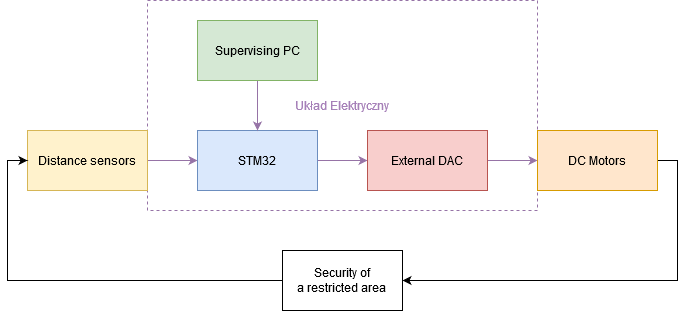
The draw.io diagram supplements/general_schematics.png in MMMrowka/Security_Door_ES_AGH, before a commit. Source tidied: cells renumbered, new cells last; positions are measured from the earlier drawing's top-left corner, leaving out a move shared by most shapes.
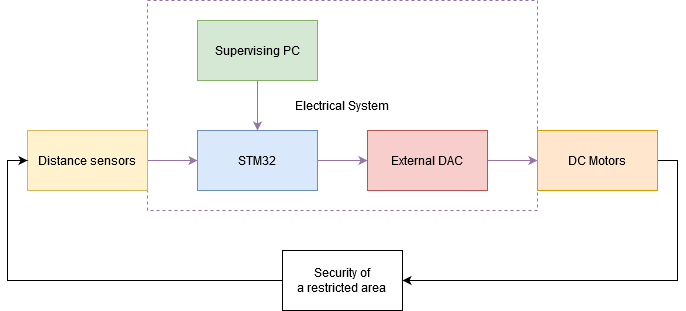
The same diagram one commit later.

Commit message:
Fixed minor errors in schematics

Diff of the diagram source:
```diff
@@ -2,7 +2,7 @@
   <root>
     <mxCell id="0" />
     <mxCell id="1" parent="0" />
-    <mxCell id="2" value="&lt;font color=&quot;#A680B8&quot;&gt;Układ Elektryczny&lt;br&gt;&lt;/font&gt;" style="rounded=0;whiteSpace=wrap;html=1;fillColor=none;dashed=1;strokeColor=#9673a6;" parent="1" vertex="1">
+    <mxCell id="2" value="Electrical System" style="rounded=0;whiteSpace=wrap;html=1;fillColor=none;dashed=1;strokeColor=#9673a6;" parent="1" vertex="1">
       <mxGeometry x="120" width="390" height="210" as="geometry" />
     </mxCell>
     <mxCell id="3" style="edgeStyle=orthogonalEdgeStyle;rounded=0;jettySize=auto;html=1;fillColor=#e1d5e7;strokeColor=#9673a6;" parent="1" edge="1" source="4" target="6">
```
